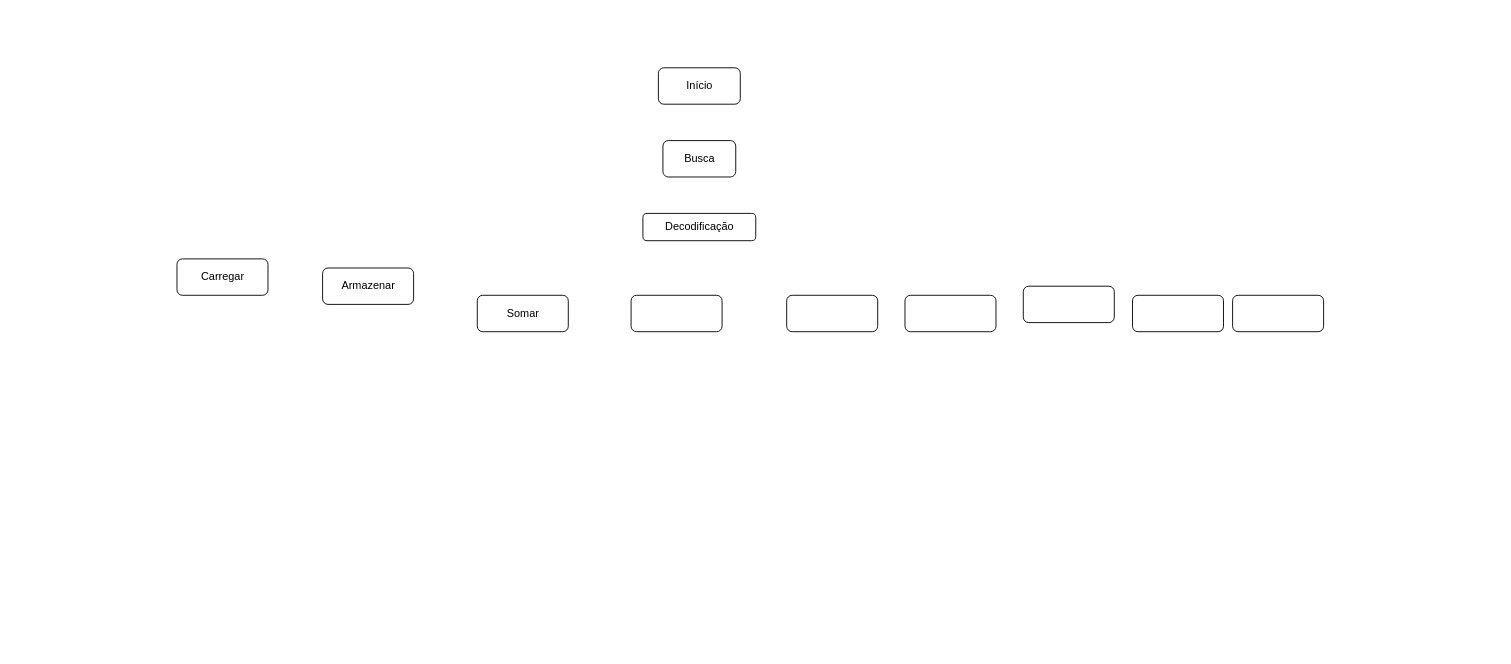
Above: hlsm.drawio in mclarafreitas/Circuitos-Digitais (draw.io), before the change. Source tidied: cells renumbered, new cells numbered last; positions are measured from the earlier drawing's top-left corner, leaving out a move shared by most shapes. Both pictures are drawn from the tidied source at 91%, with x=0, y=0 at pixel (177, 67).
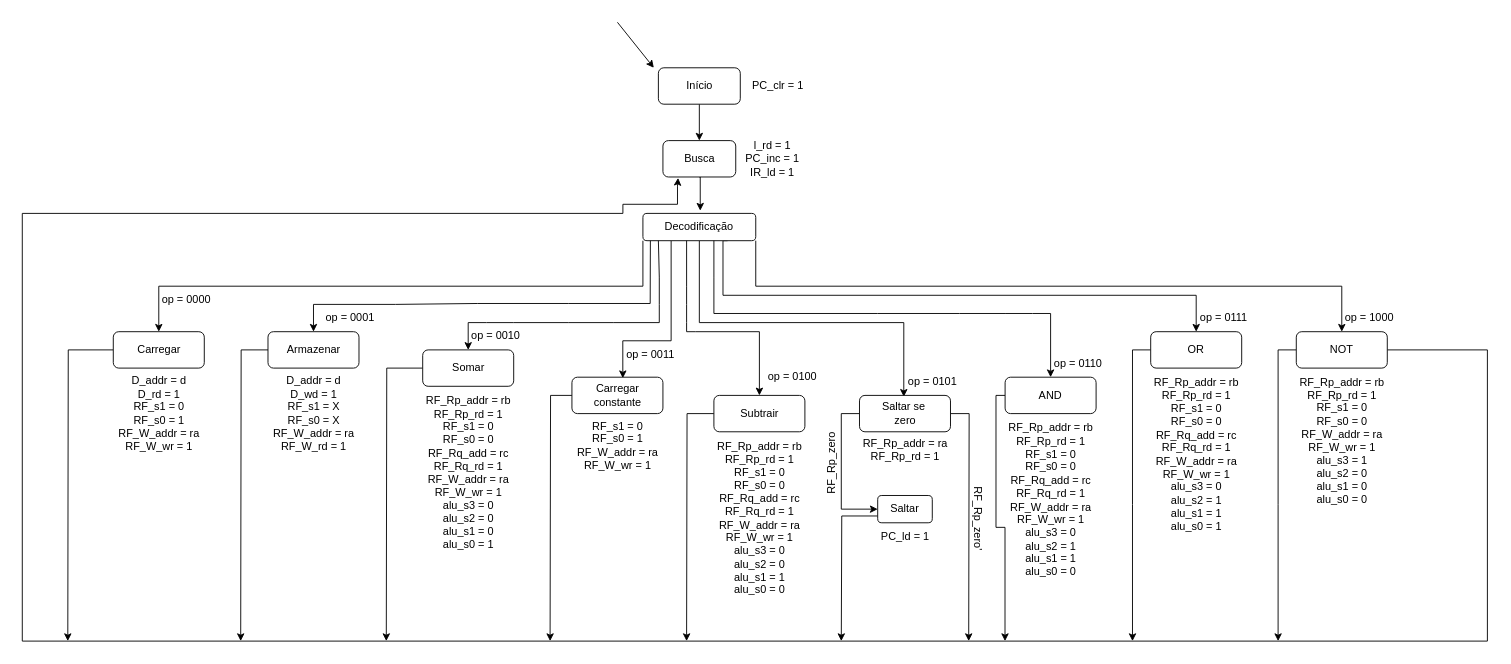
Above is the later version.

The change refers to these unchanged cells:
```xml
<mxCell id="2" style="rounded=1;whiteSpace=wrap;html=1;" parent="1" vertex="1">
  <mxGeometry x="529" width="90" height="40" as="geometry" />
</mxCell>
<mxCell id="4" style="rounded=1;whiteSpace=wrap;html=1;" parent="1" vertex="1">
  <mxGeometry x="534" y="80" width="80" height="40" as="geometry" />
</mxCell>
```

What changed in the source:
```diff
@@
+    <mxCell id="20" style="edgeStyle=orthogonalEdgeStyle;rounded=0;jettySize=auto;html=1;exitX=0.5;exitY=1;exitDx=0;exitDy=0;entryX=0.5;entryY=0;entryDx=0;entryDy=0;" parent="1" edge="1" source="2" target="4">
+      <mxGeometry relative="1" as="geometry" />
+    </mxCell>
@@
+    <mxCell id="21" style="edgeStyle=orthogonalEdgeStyle;rounded=0;jettySize=auto;html=1;exitX=0.5;exitY=1;exitDx=0;exitDy=0;entryX=0.51;entryY=-0.1;entryDx=0;entryDy=0;entryPerimeter=0;" parent="1" edge="1" source="4">
+      <mxGeometry relative="1" as="geometry">
+        <mxPoint x="575" y="157" as="targetPoint" />
+      </mxGeometry>
+    </mxCell>
@@
+    <mxCell id="22" style="edgeStyle=orthogonalEdgeStyle;rounded=0;jettySize=auto;html=1;exitX=0;exitY=1;exitDx=0;exitDy=0;entryX=0.5;entryY=0;entryDx=0;entryDy=0;" parent="1" edge="1" source="6" target="8">
+      <mxGeometry relative="1" as="geometry" />
+    </mxCell>
+    <mxCell id="23" style="edgeStyle=orthogonalEdgeStyle;rounded=0;jettySize=auto;html=1;exitX=1;exitY=1;exitDx=0;exitDy=0;entryX=0.5;entryY=0;entryDx=0;entryDy=0;" parent="1" edge="1" source="6" target="16">
+      <mxGeometry relative="1" as="geometry" />
+    </mxCell>
+    <mxCell id="24" style="edgeStyle=orthogonalEdgeStyle;rounded=0;jettySize=auto;html=1;exitX=0.25;exitY=1;exitDx=0;exitDy=0;entryX=0.574;entryY=0.028;entryDx=0;entryDy=0;entryPerimeter=0;" parent="1" edge="1" source="6" target="38">
+      <mxGeometry relative="1" as="geometry">
+        <Array as="points">
+          <mxPoint x="543" y="300" />
+          <mxPoint x="490" y="300" />
+        </Array>
+      </mxGeometry>
+    </mxCell>
+    <mxCell id="25" style="edgeStyle=orthogonalEdgeStyle;rounded=0;jettySize=auto;html=1;exitX=0.5;exitY=1;exitDx=0;exitDy=0;entryX=0.481;entryY=0.038;entryDx=0;entryDy=0;entryPerimeter=0;" parent="1" edge="1" source="6" target="40">
+      <mxGeometry relative="1" as="geometry">
+        <Array as="points">
+          <mxPoint x="574" y="280" />
+          <mxPoint x="799" y="280" />
+        </Array>
+      </mxGeometry>
+    </mxCell>
+    <mxCell id="26" style="edgeStyle=orthogonalEdgeStyle;rounded=0;jettySize=auto;html=1;exitX=0.75;exitY=1;exitDx=0;exitDy=0;entryX=0.5;entryY=0;entryDx=0;entryDy=0;" parent="1" edge="1" source="6" target="15">
+      <mxGeometry relative="1" as="geometry">
+        <Array as="points">
+          <mxPoint x="600" y="190" />
+          <mxPoint x="600" y="250" />
+          <mxPoint x="1120" y="250" />
+        </Array>
+      </mxGeometry>
+    </mxCell>
-    <mxCell id="6" style="rounded=1;whiteSpace=wrap;html=1;" parent="1" vertex="1">
+    <mxCell id="6" value="Decodificação" style="rounded=1;whiteSpace=wrap;html=1;" parent="1" vertex="1">
       <mxGeometry x="512" y="160" width="124" height="30" as="geometry" />
     </mxCell>
-    <mxCell id="7" value="Decodificação" style="text;html=1;align=center;verticalAlign=middle;strokeColor=none;fillColor=none;" parent="1" vertex="1">
-      <mxGeometry x="524" y="160" width="100" height="30" as="geometry" />
-    </mxCell>
+    <mxCell id="27" style="edgeStyle=orthogonalEdgeStyle;rounded=0;jettySize=auto;html=1;exitX=0;exitY=0.5;exitDx=0;exitDy=0;" parent="1" edge="1" source="8">
+      <mxGeometry relative="1" as="geometry">
+        <mxPoint x="-120" y="630" as="targetPoint" />
+      </mxGeometry>
+    </mxCell>
     <mxCell id="8" style="rounded=1;whiteSpace=wrap;html=1;" parent="1" vertex="1">
-      <mxGeometry y="210" width="100" height="40" as="geometry" />
+      <mxGeometry x="-70" y="290" width="100" height="40" as="geometry" />
     </mxCell>
+    <mxCell id="28" style="edgeStyle=orthogonalEdgeStyle;rounded=0;jettySize=auto;html=1;exitX=0;exitY=0.5;exitDx=0;exitDy=0;" parent="1" edge="1" source="9">
+      <mxGeometry relative="1" as="geometry">
+        <mxPoint x="70" y="630" as="targetPoint" />
+      </mxGeometry>
+    </mxCell>
     <mxCell id="9" style="rounded=1;whiteSpace=wrap;html=1;" parent="1" vertex="1">
-      <mxGeometry x="160" y="220" width="100" height="40" as="geometry" />
+      <mxGeometry x="100" y="290" width="100" height="40" as="geometry" />
     </mxCell>
+    <mxCell id="29" style="edgeStyle=orthogonalEdgeStyle;rounded=0;jettySize=auto;html=1;exitX=0;exitY=0.5;exitDx=0;exitDy=0;" parent="1" edge="1" source="10">
+      <mxGeometry relative="1" as="geometry">
+        <mxPoint x="230" y="630" as="targetPoint" />
+      </mxGeometry>
+    </mxCell>
     <mxCell id="10" style="rounded=1;whiteSpace=wrap;html=1;" parent="1" vertex="1">
-      <mxGeometry x="330" y="250" width="100" height="40" as="geometry" />
+      <mxGeometry x="270" y="310" width="100" height="40" as="geometry" />
     </mxCell>
+    <mxCell id="30" style="edgeStyle=orthogonalEdgeStyle;rounded=0;jettySize=auto;html=1;exitX=0;exitY=0.5;exitDx=0;exitDy=0;" parent="1" edge="1" source="11">
+      <mxGeometry relative="1" as="geometry">
+        <mxPoint x="410" y="630" as="targetPoint" />
+      </mxGeometry>
+    </mxCell>
     <mxCell id="11" style="rounded=1;whiteSpace=wrap;html=1;" parent="1" vertex="1">
-      <mxGeometry x="499" y="250" width="100" height="40" as="geometry" />
+      <mxGeometry x="434" y="340" width="100" height="40" as="geometry" />
     </mxCell>
+    <mxCell id="31" style="edgeStyle=orthogonalEdgeStyle;rounded=0;jettySize=auto;html=1;exitX=0;exitY=0.5;exitDx=0;exitDy=0;" parent="1" edge="1" source="12">
+      <mxGeometry relative="1" as="geometry">
+        <mxPoint x="560" y="630" as="targetPoint" />
+      </mxGeometry>
+    </mxCell>
     <mxCell id="12" style="rounded=1;whiteSpace=wrap;html=1;" parent="1" vertex="1">
-      <mxGeometry x="670" y="250" width="100" height="40" as="geometry" />
+      <mxGeometry x="590" y="360" width="100" height="40" as="geometry" />
     </mxCell>
+    <mxCell id="32" style="edgeStyle=orthogonalEdgeStyle;rounded=0;jettySize=auto;html=1;exitX=0;exitY=0.5;exitDx=0;exitDy=0;entryX=0;entryY=0.5;entryDx=0;entryDy=0;" parent="1" edge="1" source="13" target="67">
+      <mxGeometry relative="1" as="geometry">
+        <Array as="points">
+          <mxPoint x="730" y="380" />
+          <mxPoint x="730" y="485" />
+        </Array>
+      </mxGeometry>
+    </mxCell>
+    <mxCell id="33" style="edgeStyle=orthogonalEdgeStyle;rounded=0;jettySize=auto;html=1;exitX=1;exitY=0.5;exitDx=0;exitDy=0;" parent="1" edge="1" source="13">
+      <mxGeometry relative="1" as="geometry">
+        <mxPoint x="870" y="630" as="targetPoint" />
+      </mxGeometry>
+    </mxCell>
     <mxCell id="13" style="rounded=1;whiteSpace=wrap;html=1;" parent="1" vertex="1">
-      <mxGeometry x="800" y="250" width="100" height="40" as="geometry" />
+      <mxGeometry x="750" y="360" width="100" height="40" as="geometry" />
     </mxCell>
+    <mxCell id="34" style="edgeStyle=orthogonalEdgeStyle;rounded=0;jettySize=auto;html=1;exitX=0;exitY=0.5;exitDx=0;exitDy=0;" parent="1" edge="1" source="14">
+      <mxGeometry relative="1" as="geometry">
+        <mxPoint x="909.9" y="630" as="targetPoint" />
+        <Array as="points">
+          <mxPoint x="900" y="360" />
+          <mxPoint x="900" y="505" />
+          <mxPoint x="910" y="505" />
+        </Array>
+      </mxGeometry>
+    </mxCell>
-    <mxCell id="14" style="rounded=1;whiteSpace=wrap;html=1;" parent="1" vertex="1">
-      <mxGeometry x="930" y="240" width="100" height="40" as="geometry" />
+    <mxCell id="14" value="AND" style="rounded=1;whiteSpace=wrap;html=1;" parent="1" vertex="1">
+      <mxGeometry x="910" y="340" width="100" height="40" as="geometry" />
     </mxCell>
+    <mxCell id="35" style="edgeStyle=orthogonalEdgeStyle;rounded=0;jettySize=auto;html=1;exitX=0;exitY=0.5;exitDx=0;exitDy=0;" parent="1" edge="1" source="15">
+      <mxGeometry relative="1" as="geometry">
+        <mxPoint x="1050" y="630" as="targetPoint" />
+      </mxGeometry>
+    </mxCell>
-    <mxCell id="15" style="rounded=1;whiteSpace=wrap;html=1;" parent="1" vertex="1">
-      <mxGeometry x="1050" y="250" width="100" height="40" as="geometry" />
+    <mxCell id="15" value="OR" style="rounded=1;whiteSpace=wrap;html=1;" parent="1" vertex="1">
+      <mxGeometry x="1070" y="290" width="100" height="40" as="geometry" />
     </mxCell>
+    <mxCell id="36" style="edgeStyle=orthogonalEdgeStyle;rounded=0;jettySize=auto;html=1;exitX=1;exitY=0.5;exitDx=0;exitDy=0;entryX=0.208;entryY=1.025;entryDx=0;entryDy=0;entryPerimeter=0;" parent="1" edge="1" source="16" target="4">
+      <mxGeometry relative="1" as="geometry">
+        <Array as="points">
+          <mxPoint x="1440" y="310" />
+          <mxPoint x="1440" y="630" />
+          <mxPoint x="-170" y="630" />
+          <mxPoint x="-170" y="160" />
+          <mxPoint x="490" y="160" />
+          <mxPoint x="490" y="150" />
+          <mxPoint x="550" y="150" />
+          <mxPoint x="550" y="130" />
+          <mxPoint x="551" y="130" />
+        </Array>
+      </mxGeometry>
+    </mxCell>
+    <mxCell id="37" style="edgeStyle=orthogonalEdgeStyle;rounded=0;jettySize=auto;html=1;exitX=0;exitY=0.5;exitDx=0;exitDy=0;" parent="1" edge="1" source="16">
+      <mxGeometry relative="1" as="geometry">
+        <mxPoint x="1210" y="630" as="targetPoint" />
+      </mxGeometry>
+    </mxCell>
-    <mxCell id="16" style="rounded=1;whiteSpace=wrap;html=1;" parent="1" vertex="1">
-      <mxGeometry x="1160" y="250" width="100" height="40" as="geometry" />
+    <mxCell id="16" value="NOT" style="rounded=1;whiteSpace=wrap;html=1;" parent="1" vertex="1">
+      <mxGeometry x="1230" y="290" width="100" height="40" as="geometry" />
     </mxCell>
     <mxCell id="17" value="Carregar" style="text;html=1;align=center;verticalAlign=middle;strokeColor=none;fillColor=none;" parent="1" vertex="1">
-      <mxGeometry x="15" y="215" width="70" height="30" as="geometry" />
+      <mxGeometry x="-55" y="295" width="70" height="30" as="geometry" />
     </mxCell>
     <mxCell id="18" value="Armazenar" style="text;html=1;align=center;verticalAlign=middle;strokeColor=none;fillColor=none;" parent="1" vertex="1">
-      <mxGeometry x="170" y="225" width="80" height="30" as="geometry" />
+      <mxGeometry x="110" y="295" width="80" height="30" as="geometry" />
     </mxCell>
     <mxCell id="19" value="Somar" style="text;html=1;align=center;verticalAlign=middle;strokeColor=none;fillColor=none;" parent="1" vertex="1">
-      <mxGeometry x="350" y="255" width="60" height="30" as="geometry" />
+      <mxGeometry x="290" y="315" width="60" height="30" as="geometry" />
     </mxCell>
+    <mxCell id="38" value="Carregar&lt;br&gt;constante" style="text;html=1;align=center;verticalAlign=middle;points=[];strokeColor=none;fillColor=none;" parent="1" vertex="1">
+      <mxGeometry x="444" y="340" width="80" height="40" as="geometry" />
+    </mxCell>
+    <mxCell id="39" value="Subtrair" style="text;html=1;align=center;verticalAlign=middle;strokeColor=none;fillColor=none;" parent="1" vertex="1">
+      <mxGeometry x="605" y="365" width="70" height="30" as="geometry" />
+    </mxCell>
+    <mxCell id="40" value="Saltar se&amp;nbsp;&lt;br&gt;zero" style="text;html=1;align=center;verticalAlign=middle;points=[];strokeColor=none;fillColor=none;" parent="1" vertex="1">
+      <mxGeometry x="765" y="360" width="70" height="40" as="geometry" />
+    </mxCell>
+    <mxCell id="41" style="endArrow=classic;html=1;rounded=0;" parent="1" edge="1">
+      <mxGeometry relative="1" as="geometry">
+        <mxPoint x="484" y="-50" as="sourcePoint" />
+        <mxPoint x="524" as="targetPoint" />
+      </mxGeometry>
+    </mxCell>
+    <mxCell id="42" style="endArrow=classic;html=1;rounded=0;exitX=0.066;exitY=1.032;exitDx=0;exitDy=0;exitPerimeter=0;entryX=0.5;entryY=0;entryDx=0;entryDy=0;" parent="1" edge="1" target="9">
+      <mxGeometry relative="1" as="geometry">
+        <mxPoint x="520.2" y="190" as="sourcePoint" />
+        <Array as="points">
+          <mxPoint x="520" y="259" />
+          <mxPoint x="430" y="259" />
+          <mxPoint x="330" y="259" />
+          <mxPoint x="240" y="260" />
+          <mxPoint x="150" y="260" />
+        </Array>
+      </mxGeometry>
+    </mxCell>
+    <mxCell id="43" style="endArrow=classic;html=1;rounded=0;entryX=0.5;entryY=0;entryDx=0;entryDy=0;" parent="1" edge="1" target="10">
+      <mxGeometry relative="1" as="geometry">
+        <mxPoint x="529" y="190" as="sourcePoint" />
+        <Array as="points">
+          <mxPoint x="530" y="230" />
+          <mxPoint x="530" y="260" />
+          <mxPoint x="530" y="280" />
+          <mxPoint x="480" y="280" />
+          <mxPoint x="430" y="280" />
+          <mxPoint x="370" y="280" />
+          <mxPoint x="340" y="280" />
+          <mxPoint x="320" y="280" />
+        </Array>
+      </mxGeometry>
+    </mxCell>
+    <mxCell id="44" style="endArrow=classic;html=1;rounded=0;entryX=0.5;entryY=0;entryDx=0;entryDy=0;" parent="1" edge="1" target="12">
+      <mxGeometry relative="1" as="geometry">
+        <mxPoint x="560" y="190" as="sourcePoint" />
+        <Array as="points">
+          <mxPoint x="560" y="240" />
+          <mxPoint x="560" y="260" />
+          <mxPoint x="560" y="280" />
+          <mxPoint x="560" y="290" />
+          <mxPoint x="570" y="290" />
+          <mxPoint x="640" y="290" />
+        </Array>
+      </mxGeometry>
+    </mxCell>
+    <mxCell id="45" style="endArrow=classic;html=1;rounded=0;entryX=0.5;entryY=0;entryDx=0;entryDy=0;" parent="1" edge="1" target="14">
+      <mxGeometry relative="1" as="geometry">
+        <mxPoint x="590" y="190" as="sourcePoint" />
+        <Array as="points">
+          <mxPoint x="590" y="230" />
+          <mxPoint x="590" y="270" />
+          <mxPoint x="770" y="270" />
+          <mxPoint x="860" y="270" />
+          <mxPoint x="910" y="270" />
+          <mxPoint x="940" y="270" />
+          <mxPoint x="960" y="270" />
+        </Array>
+      </mxGeometry>
+    </mxCell>
+    <mxCell id="46" value="op = 0000" style="text;html=1;align=center;verticalAlign=middle;strokeColor=none;fillColor=none;" parent="1" vertex="1">
+      <mxGeometry x="-30" y="240" width="80" height="30" as="geometry" />
+    </mxCell>
+    <mxCell id="47" value="op = 0001" style="text;html=1;align=center;verticalAlign=middle;strokeColor=none;fillColor=none;" parent="1" vertex="1">
+      <mxGeometry x="150" y="260" width="80" height="30" as="geometry" />
+    </mxCell>
+    <mxCell id="48" value="op = 0010" style="text;html=1;align=center;verticalAlign=middle;strokeColor=none;fillColor=none;" parent="1" vertex="1">
+      <mxGeometry x="310" y="280" width="80" height="30" as="geometry" />
+    </mxCell>
+    <mxCell id="49" value="op = 0011" style="text;html=1;align=center;verticalAlign=middle;strokeColor=none;fillColor=none;" parent="1" vertex="1">
+      <mxGeometry x="480" y="300" width="80" height="30" as="geometry" />
+    </mxCell>
+    <mxCell id="50" value="op = 0100" style="text;html=1;align=center;verticalAlign=middle;strokeColor=none;fillColor=none;" parent="1" vertex="1">
+      <mxGeometry x="636" y="325" width="80" height="30" as="geometry" />
+    </mxCell>
+    <mxCell id="51" value="op = 0101" style="text;html=1;align=center;verticalAlign=middle;strokeColor=none;fillColor=none;" parent="1" vertex="1">
+      <mxGeometry x="790" y="330" width="80" height="30" as="geometry" />
+    </mxCell>
+    <mxCell id="52" value="op = 0110" style="text;html=1;align=center;verticalAlign=middle;strokeColor=none;fillColor=none;" parent="1" vertex="1">
+      <mxGeometry x="950" y="310" width="80" height="30" as="geometry" />
+    </mxCell>
+    <mxCell id="53" value="op = 0111" style="text;html=1;align=center;verticalAlign=middle;strokeColor=none;fillColor=none;" parent="1" vertex="1">
+      <mxGeometry x="1110" y="260" width="80" height="30" as="geometry" />
+    </mxCell>
+    <mxCell id="54" value="op = 1000" style="text;html=1;align=center;verticalAlign=middle;strokeColor=none;fillColor=none;" parent="1" vertex="1">
+      <mxGeometry x="1270" y="260" width="80" height="30" as="geometry" />
+    </mxCell>
+    <mxCell id="55" value="D_addr = d&lt;br&gt;D_rd = 1&lt;br&gt;RF_s1 = 0&lt;br&gt;RF_s0 = 1&lt;br&gt;RF_W_addr = ra&lt;br&gt;RF_W_wr = 1" style="text;html=1;align=center;verticalAlign=middle;strokeColor=none;fillColor=none;" parent="1" vertex="1">
+      <mxGeometry x="-75" y="330" width="110" height="100" as="geometry" />
+    </mxCell>
+    <mxCell id="56" value="D_addr = d&lt;br&gt;D_wd = 1&lt;br&gt;RF_s1 = X&lt;br&gt;RF_s0 = X&lt;br&gt;RF_W_addr = ra&lt;br&gt;RF_W_rd = 1" style="text;html=1;align=center;verticalAlign=middle;strokeColor=none;fillColor=none;" parent="1" vertex="1">
+      <mxGeometry x="95" y="330" width="110" height="100" as="geometry" />
+    </mxCell>
+    <mxCell id="57" value="RF_Rp_addr = rb&lt;br&gt;RF_Rp_rd = 1&lt;br&gt;RF_s1 = 0&lt;br&gt;RF_s0 = 0&lt;br&gt;RF_Rq_add = rc&lt;br&gt;RF_Rq_rd = 1&lt;br&gt;RF_W_addr = ra&lt;br&gt;RF_W_wr = 1&lt;br&gt;alu_s3 = 0&lt;br&gt;alu_s2 = 0&lt;br&gt;alu_s1 = 0&lt;br&gt;alu_s0 = 1" style="text;html=1;align=center;verticalAlign=middle;strokeColor=none;fillColor=none;" parent="1" vertex="1">
+      <mxGeometry x="260" y="350" width="120" height="190" as="geometry" />
+    </mxCell>
+    <mxCell id="58" value="RF_s1 = 0&lt;br style=&quot;border-color: var(--border-color);&quot;&gt;RF_s0 = 1&lt;br style=&quot;border-color: var(--border-color);&quot;&gt;RF_W_addr = ra&lt;br style=&quot;border-color: var(--border-color);&quot;&gt;RF_W_wr = 1" style="text;html=1;align=center;verticalAlign=middle;strokeColor=none;fillColor=none;" parent="1" vertex="1">
+      <mxGeometry x="429" y="380" width="110" height="70" as="geometry" />
+    </mxCell>
+    <mxCell id="59" value="RF_Rp_addr = rb&lt;br&gt;RF_Rp_rd = 1&lt;br&gt;RF_s1 = 0&lt;br&gt;RF_s0 = 0&lt;br&gt;RF_Rq_add = rc&lt;br&gt;RF_Rq_rd = 1&lt;br&gt;RF_W_addr = ra&lt;br&gt;RF_W_wr = 1&lt;br&gt;alu_s3 = 0&lt;br&gt;alu_s2 = 0&lt;br&gt;alu_s1 = 1&lt;br&gt;alu_s0 = 0" style="text;html=1;align=center;verticalAlign=middle;strokeColor=none;fillColor=none;" parent="1" vertex="1">
+      <mxGeometry x="580" y="400" width="120" height="190" as="geometry" />
+    </mxCell>
+    <mxCell id="60" value="RF_Rp_addr = ra&lt;br style=&quot;border-color: var(--border-color);&quot;&gt;RF_Rp_rd = 1" style="text;html=1;align=center;verticalAlign=middle;strokeColor=none;fillColor=none;" parent="1" vertex="1">
+      <mxGeometry x="740" y="400" width="120" height="40" as="geometry" />
+    </mxCell>
+    <mxCell id="61" value="RF_Rp_addr = rb&lt;br&gt;RF_Rp_rd = 1&lt;br&gt;RF_s1 = 0&lt;br&gt;RF_s0 = 0&lt;br&gt;RF_Rq_add = rc&lt;br&gt;RF_Rq_rd = 1&lt;br&gt;RF_W_addr = ra&lt;br&gt;RF_W_wr = 1&lt;br&gt;alu_s3 = 0&lt;br&gt;alu_s2 = 1&lt;br&gt;alu_s1 = 1&lt;br&gt;alu_s0 = 0" style="text;html=1;align=center;verticalAlign=middle;strokeColor=none;fillColor=none;" parent="1" vertex="1">
+      <mxGeometry x="900" y="380" width="120" height="190" as="geometry" />
+    </mxCell>
+    <mxCell id="62" value="RF_Rp_addr = rb&lt;br&gt;RF_Rp_rd = 1&lt;br&gt;RF_s1 = 0&lt;br&gt;RF_s0 = 0&lt;br&gt;RF_Rq_add = rc&lt;br&gt;RF_Rq_rd = 1&lt;br&gt;RF_W_addr = ra&lt;br&gt;RF_W_wr = 1&lt;br&gt;alu_s3 = 0&lt;br&gt;alu_s2 = 1&lt;br&gt;alu_s1 = 1&lt;br&gt;alu_s0 = 1" style="text;html=1;align=center;verticalAlign=middle;strokeColor=none;fillColor=none;" parent="1" vertex="1">
+      <mxGeometry x="1060" y="330" width="120" height="190" as="geometry" />
+    </mxCell>
+    <mxCell id="63" value="RF_Rp_addr = rb&lt;br&gt;RF_Rp_rd = 1&lt;br&gt;RF_s1 = 0&lt;br&gt;RF_s0 = 0&lt;br&gt;RF_W_addr = ra&lt;br&gt;RF_W_wr = 1&lt;br&gt;alu_s3 = 1&lt;br&gt;alu_s2 = 0&lt;br&gt;alu_s1 = 0&lt;br&gt;alu_s0 = 0" style="text;html=1;align=center;verticalAlign=middle;strokeColor=none;fillColor=none;" parent="1" vertex="1">
+      <mxGeometry x="1220" y="330" width="120" height="160" as="geometry" />
+    </mxCell>
+    <mxCell id="64" value="l_rd = 1&lt;br&gt;PC_inc = 1&lt;br&gt;IR_ld = 1" style="text;html=1;align=center;verticalAlign=middle;strokeColor=none;fillColor=none;" parent="1" vertex="1">
+      <mxGeometry x="614" y="70" width="80" height="60" as="geometry" />
+    </mxCell>
+    <mxCell id="65" value="PC_clr = 1" style="text;html=1;align=center;verticalAlign=middle;strokeColor=none;fillColor=none;" parent="1" vertex="1">
+      <mxGeometry x="620" y="5" width="80" height="30" as="geometry" />
+    </mxCell>
+    <mxCell id="66" style="edgeStyle=orthogonalEdgeStyle;rounded=0;jettySize=auto;html=1;exitX=0;exitY=0.75;exitDx=0;exitDy=0;" parent="1" edge="1" source="67">
+      <mxGeometry relative="1" as="geometry">
+        <mxPoint x="730" y="630" as="targetPoint" />
+      </mxGeometry>
+    </mxCell>
+    <mxCell id="67" value="Saltar" style="rounded=1;whiteSpace=wrap;html=1;" parent="1" vertex="1">
+      <mxGeometry x="770" y="470" width="60" height="30" as="geometry" />
+    </mxCell>
+    <mxCell id="68" value="PC_ld = 1" style="text;html=1;align=center;verticalAlign=middle;strokeColor=none;fillColor=none;" parent="1" vertex="1">
+      <mxGeometry x="760" y="500" width="80" height="30" as="geometry" />
+    </mxCell>
+    <mxCell id="69" value="RF_Rp_zero'" style="text;html=1;align=center;verticalAlign=middle;strokeColor=none;fillColor=none;rotation=90;" parent="1" vertex="1">
+      <mxGeometry x="835" y="480" width="90" height="30" as="geometry" />
+    </mxCell>
+    <mxCell id="70" value="RF_Rp_zero" style="text;html=1;align=center;verticalAlign=middle;strokeColor=none;fillColor=none;rotation=-90;" parent="1" vertex="1">
+      <mxGeometry x="675" y="420" width="90" height="30" as="geometry" />
+    </mxCell>
```
